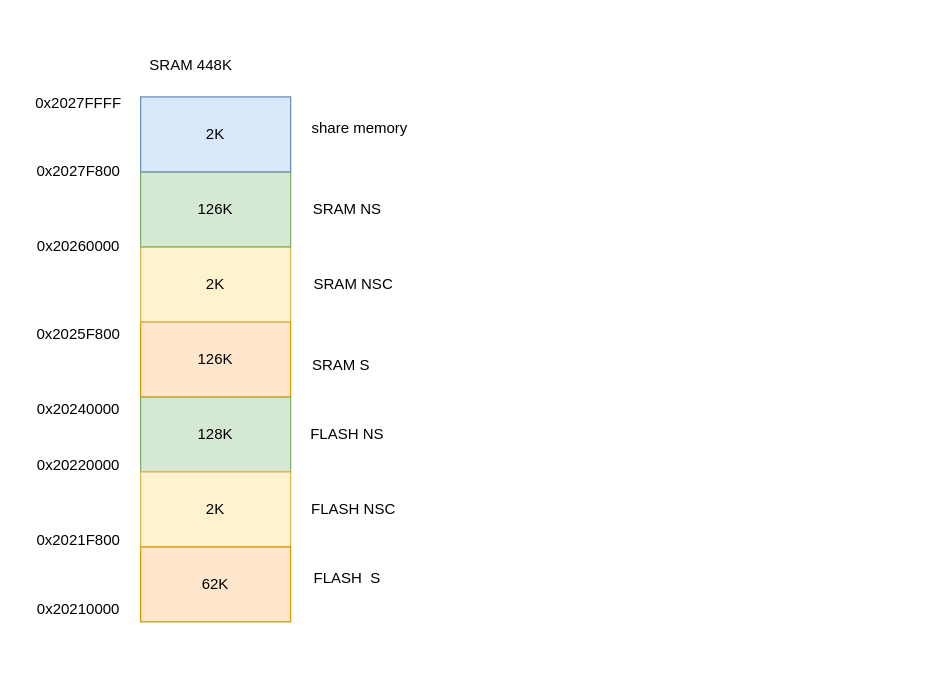
Before: page "trustzone" (3 of 3) of renesas.drawio in thomas-coding/drawio, a draw.io diagram. Source tidied: cells renumbered, new cells numbered last; positions are measured from the earlier drawing's top-left corner, leaving out a move shared by most shapes. Both pictures are drawn from the tidied source at 125%, with x=0, y=0 at pixel (21, 46).
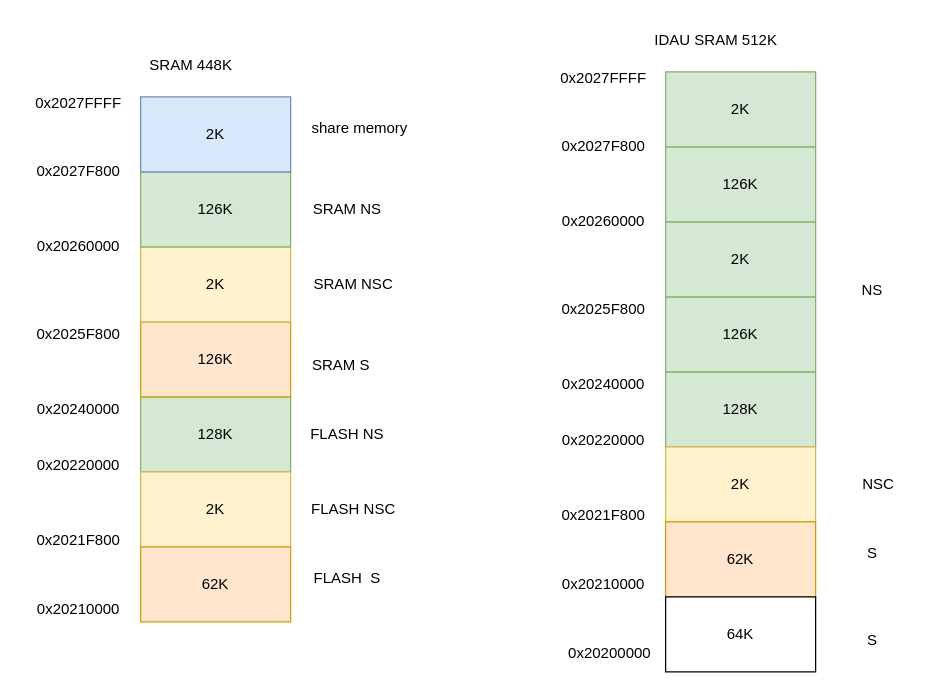
The same diagram, later.

The edit, as a diff of the source:
```diff
@@
+    <mxCell id="25" value="128K" style="rounded=0;whiteSpace=wrap;html=1;fillColor=#d5e8d4;strokeColor=#82b366;" parent="1" vertex="1">
+      <mxGeometry x="515" y="260" width="120" height="60" as="geometry" />
+    </mxCell>
+    <mxCell id="26" value="2K" style="rounded=0;whiteSpace=wrap;html=1;fillColor=#fff2cc;strokeColor=#d6b656;" parent="1" vertex="1">
+      <mxGeometry x="515" y="320" width="120" height="60" as="geometry" />
+    </mxCell>
+    <mxCell id="27" value="62K" style="rounded=0;whiteSpace=wrap;html=1;fillColor=#ffe6cc;strokeColor=#d79b00;" parent="1" vertex="1">
+      <mxGeometry x="515" y="380" width="120" height="60" as="geometry" />
+    </mxCell>
+    <mxCell id="28" value="S" style="text;html=1;align=center;verticalAlign=middle;strokeColor=none;fillColor=none;" parent="1" vertex="1">
+      <mxGeometry x="665" y="390" width="30" height="30" as="geometry" />
+    </mxCell>
+    <mxCell id="29" value="NSC" style="text;html=1;align=center;verticalAlign=middle;strokeColor=none;fillColor=none;" parent="1" vertex="1">
+      <mxGeometry x="660" y="335" width="50" height="30" as="geometry" />
+    </mxCell>
+    <mxCell id="30" value="0x20210000" style="text;html=1;align=center;verticalAlign=middle;strokeColor=none;fillColor=none;" parent="1" vertex="1">
+      <mxGeometry x="420" y="415" width="90" height="30" as="geometry" />
+    </mxCell>
+    <mxCell id="31" value="0x2021F800" style="text;html=1;align=center;verticalAlign=middle;strokeColor=none;fillColor=none;" parent="1" vertex="1">
+      <mxGeometry x="420" y="360" width="90" height="30" as="geometry" />
+    </mxCell>
+    <mxCell id="32" value="0x20220000" style="text;html=1;align=center;verticalAlign=middle;strokeColor=none;fillColor=none;" parent="1" vertex="1">
+      <mxGeometry x="420" y="300" width="90" height="30" as="geometry" />
+    </mxCell>
+    <mxCell id="33" value="0x20240000" style="text;html=1;align=center;verticalAlign=middle;strokeColor=none;fillColor=none;" parent="1" vertex="1">
+      <mxGeometry x="420" y="255" width="90" height="30" as="geometry" />
+    </mxCell>
+    <mxCell id="34" value="126K" style="rounded=0;whiteSpace=wrap;html=1;fillColor=#d5e8d4;strokeColor=#82b366;" parent="1" vertex="1">
+      <mxGeometry x="515" y="200" width="120" height="60" as="geometry" />
+    </mxCell>
+    <mxCell id="35" value="2K" style="rounded=0;whiteSpace=wrap;html=1;fillColor=#d5e8d4;strokeColor=#82b366;" parent="1" vertex="1">
+      <mxGeometry x="515" y="140" width="120" height="60" as="geometry" />
+    </mxCell>
+    <mxCell id="36" value="126K" style="rounded=0;whiteSpace=wrap;html=1;fillColor=#d5e8d4;strokeColor=#82b366;" parent="1" vertex="1">
+      <mxGeometry x="515" y="80" width="120" height="60" as="geometry" />
+    </mxCell>
+    <mxCell id="37" value="0x2025F800" style="text;html=1;align=center;verticalAlign=middle;strokeColor=none;fillColor=none;" parent="1" vertex="1">
+      <mxGeometry x="420" y="195" width="90" height="30" as="geometry" />
+    </mxCell>
+    <mxCell id="38" value="0x20260000" style="text;html=1;align=center;verticalAlign=middle;strokeColor=none;fillColor=none;" parent="1" vertex="1">
+      <mxGeometry x="420" y="125" width="90" height="30" as="geometry" />
+    </mxCell>
+    <mxCell id="39" value="2K" style="rounded=0;whiteSpace=wrap;html=1;fillColor=#d5e8d4;strokeColor=#82b366;" parent="1" vertex="1">
+      <mxGeometry x="515" y="20" width="120" height="60" as="geometry" />
+    </mxCell>
+    <mxCell id="40" value="0x2027F800" style="text;html=1;align=center;verticalAlign=middle;strokeColor=none;fillColor=none;" parent="1" vertex="1">
+      <mxGeometry x="420" y="65" width="90" height="30" as="geometry" />
+    </mxCell>
+    <mxCell id="41" value="0x2027FFFF" style="text;html=1;align=center;verticalAlign=middle;strokeColor=none;fillColor=none;" parent="1" vertex="1">
+      <mxGeometry x="420" y="10" width="90" height="30" as="geometry" />
+    </mxCell>
+    <mxCell id="42" value="IDAU SRAM 512K" style="text;html=1;align=center;verticalAlign=middle;strokeColor=none;fillColor=none;" parent="1" vertex="1">
+      <mxGeometry x="495" y="-20" width="120" height="30" as="geometry" />
+    </mxCell>
+    <mxCell id="43" value="64K" style="rounded=0;whiteSpace=wrap;html=1;" parent="1" vertex="1">
+      <mxGeometry x="515" y="440" width="120" height="60" as="geometry" />
+    </mxCell>
+    <mxCell id="44" value="0x20200000" style="text;html=1;align=center;verticalAlign=middle;strokeColor=none;fillColor=none;" parent="1" vertex="1">
+      <mxGeometry x="425" y="470" width="90" height="30" as="geometry" />
+    </mxCell>
+    <mxCell id="45" value="S" style="text;html=1;align=center;verticalAlign=middle;strokeColor=none;fillColor=none;" parent="1" vertex="1">
+      <mxGeometry x="665" y="460" width="30" height="30" as="geometry" />
+    </mxCell>
+    <mxCell id="46" value="NS" style="text;html=1;align=center;verticalAlign=middle;strokeColor=none;fillColor=none;" parent="1" vertex="1">
+      <mxGeometry x="660" y="180" width="40" height="30" as="geometry" />
+    </mxCell>
```
